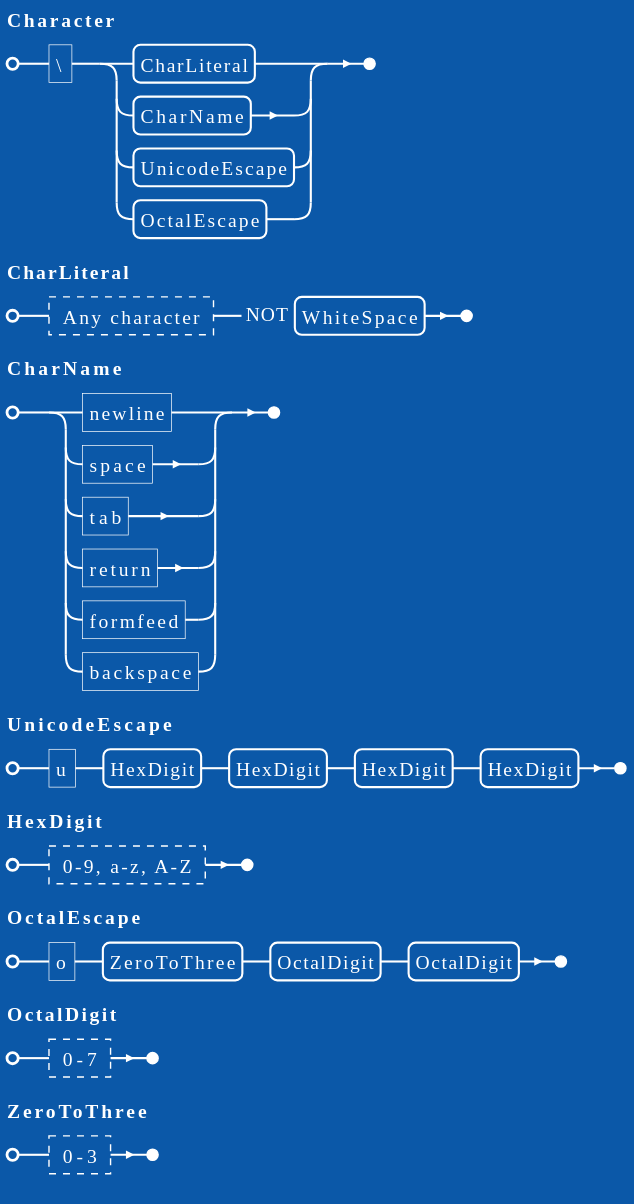
Before: docs/grammar/clojure.edn_character.svg, a diagram exported from PlantUML (DotFox/edn.c).
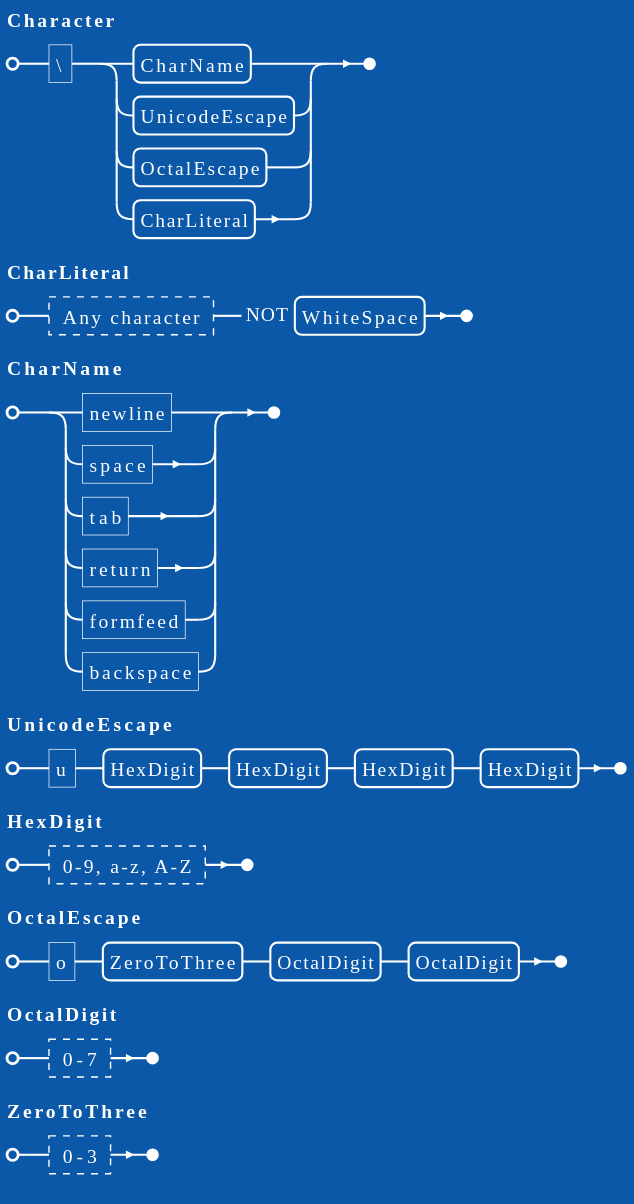
After the change.

Diff of the diagram source:
```diff
@@ -1,6 +1,6 @@
 @startebnf
 !theme amiga
-Character = "\" , ( CharLiteral | CharName | UnicodeEscape | OctalEscape ) ;
+Character = '\' , ( CharName | UnicodeEscape | OctalEscape | CharLiteral ) ;
 
 CharLiteral = ? Any character ? - WhiteSpace ;
 
```
